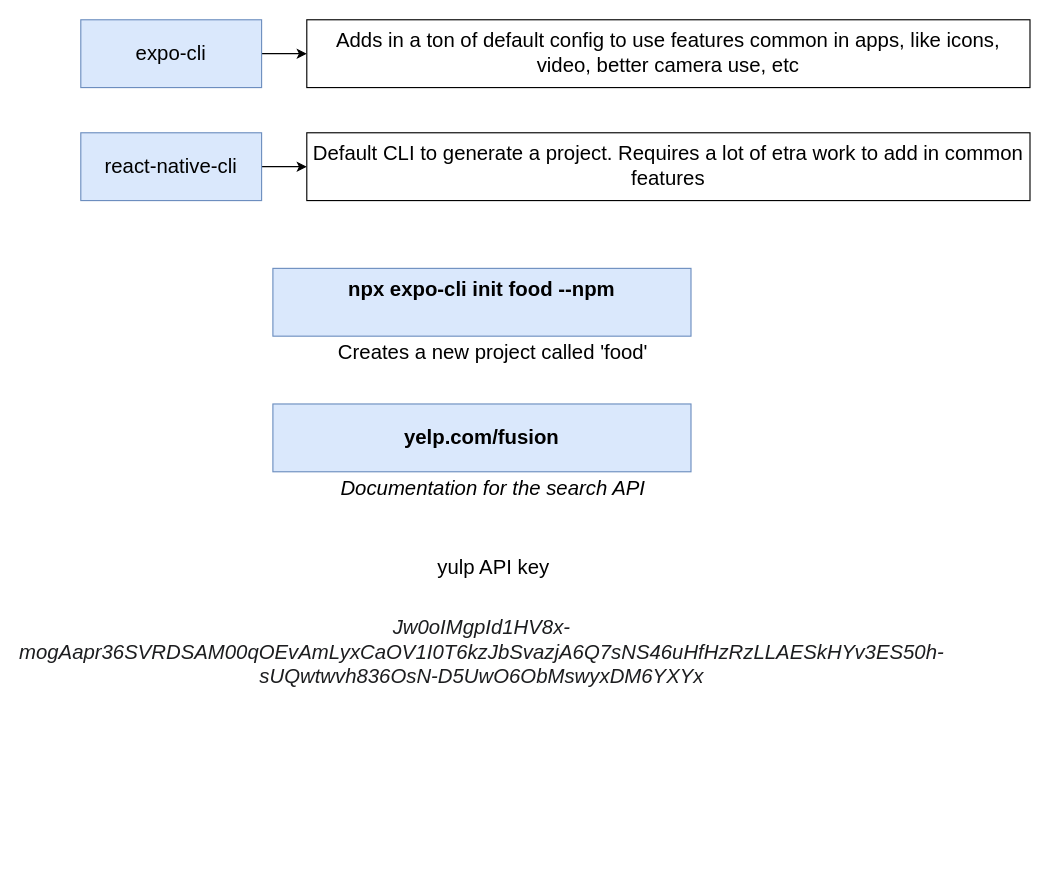
Above: page "App Generation ways" (1 of 4) of selfMadeDiagrams/_85_RestaurantApp.drawio in devrath-rana23/theCompleteReactNativeAndReduxUdemyCourse (draw.io), before the change. Source tidied: cells renumbered, new cells numbered last; positions are measured from the earlier drawing's top-left corner, leaving out a move shared by most shapes. Both pictures are drawn from the tidied source at 113%, with x=0, y=0 at pixel (80, 19).
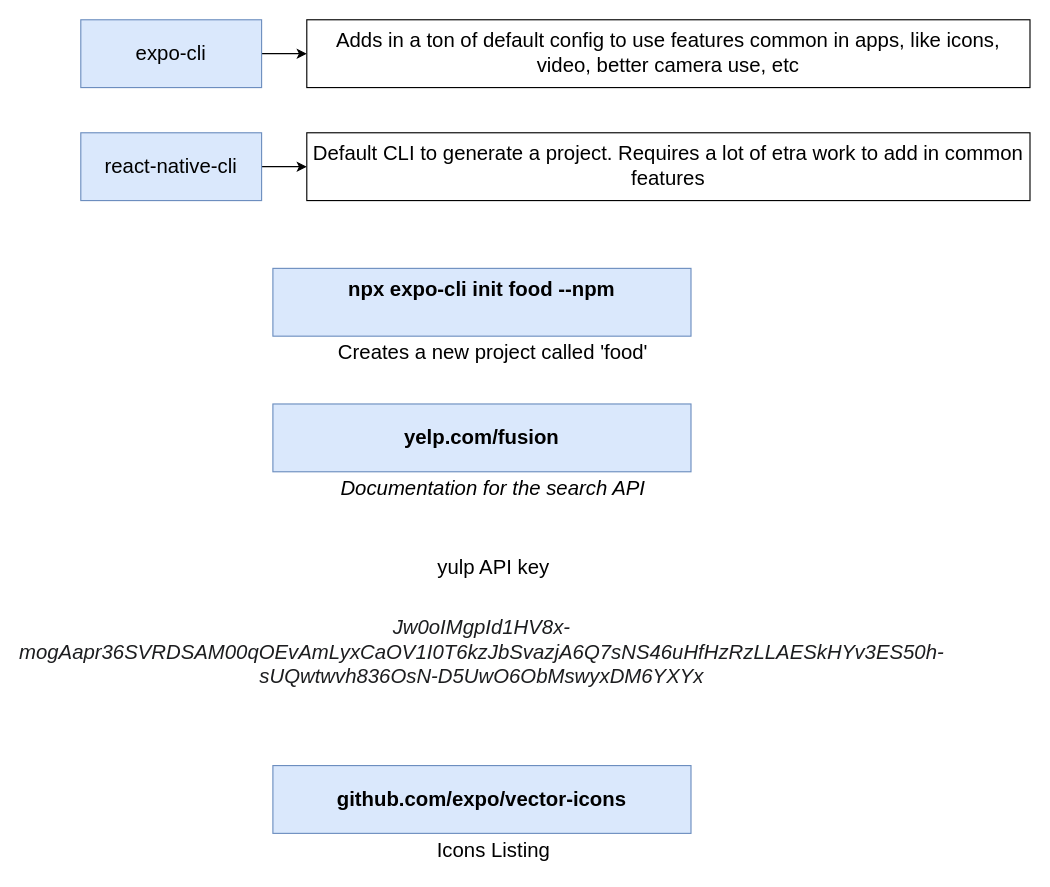
After the change.

Commit message:
Restaurant search=> food project setup and search bar component

Diff of the diagram source:
```diff
@@
 <mxGraphModel>
   <root>
     <mxCell id="0" />
     <mxCell id="1" parent="0" />
     <mxCell id="2" style="edgeStyle=orthogonalEdgeStyle;rounded=0;jettySize=auto;html=1;fontSize=18;" parent="1" edge="1" source="3" target="6">
       <mxGeometry relative="1" as="geometry" />
     </mxCell>
     <mxCell id="3" value="&lt;font style=&quot;font-size: 18px&quot;&gt;expo-cli&lt;/font&gt;" style="rounded=0;whiteSpace=wrap;html=1;fillColor=#dae8fc;strokeColor=#6c8ebf;" parent="1" vertex="1">
       <mxGeometry width="160" height="60" as="geometry" />
     </mxCell>
     <mxCell id="4" style="edgeStyle=orthogonalEdgeStyle;rounded=0;jettySize=auto;html=1;fontSize=18;" parent="1" edge="1" source="5" target="7">
       <mxGeometry relative="1" as="geometry" />
     </mxCell>
     <mxCell id="5" value="&lt;font style=&quot;font-size: 18px&quot;&gt;react-native-cli&lt;/font&gt;" style="rounded=0;whiteSpace=wrap;html=1;fillColor=#dae8fc;strokeColor=#6c8ebf;" parent="1" vertex="1">
       <mxGeometry y="100" width="160" height="60" as="geometry" />
     </mxCell>
     <mxCell id="6" value="&lt;font style=&quot;font-size: 18px&quot;&gt;Adds in a ton of default config to use features common in apps, like icons, video, better camera use, etc&lt;/font&gt;" style="rounded=0;whiteSpace=wrap;html=1;" parent="1" vertex="1">
       <mxGeometry x="200" width="640" height="60" as="geometry" />
     </mxCell>
     <mxCell id="7" value="&lt;span style=&quot;font-size: 18px&quot;&gt;Default CLI to generate a project. Requires a lot of etra work to add in common features&lt;/span&gt;" style="rounded=0;whiteSpace=wrap;html=1;" parent="1" vertex="1">
       <mxGeometry x="200" y="100" width="640" height="60" as="geometry" />
     </mxCell>
     <mxCell id="8" value="&lt;div&gt;&lt;b&gt;npx expo-cli init food --npm&lt;/b&gt;&lt;/div&gt;&lt;div&gt;&lt;br&gt;&lt;/div&gt;" style="rounded=0;whiteSpace=wrap;html=1;fontSize=18;fillColor=#dae8fc;strokeColor=#6c8ebf;" parent="1" vertex="1">
       <mxGeometry x="170" y="220" width="370" height="60" as="geometry" />
     </mxCell>
     <mxCell id="9" value="Creates a new project called 'food'" style="text;html=1;strokeColor=none;fillColor=none;align=center;verticalAlign=middle;whiteSpace=wrap;rounded=0;fontSize=18;" parent="1" vertex="1">
       <mxGeometry x="210" y="280" width="310" height="30" as="geometry" />
     </mxCell>
     <mxCell id="10" value="&lt;div&gt;&lt;b&gt;yelp.com/fusion&lt;/b&gt;&lt;/div&gt;" style="rounded=0;whiteSpace=wrap;html=1;fontSize=18;fillColor=#dae8fc;strokeColor=#6c8ebf;" parent="1" vertex="1">
       <mxGeometry x="170" y="340" width="370" height="60" as="geometry" />
     </mxCell>
     <mxCell id="11" value="&lt;i&gt;Documentation for the search API&lt;/i&gt;" style="text;html=1;strokeColor=none;fillColor=none;align=center;verticalAlign=middle;whiteSpace=wrap;rounded=0;fontSize=18;" parent="1" vertex="1">
       <mxGeometry x="210" y="400" width="310" height="30" as="geometry" />
     </mxCell>
     <mxCell id="12" value="&lt;em style=&quot;box-sizing: border-box ; margin: 0px ; padding: 0px ; color: rgb(28 , 29 , 31) ; font-family: &amp;#34;sf pro text&amp;#34; , , &amp;#34;blinkmacsystemfont&amp;#34; , &amp;#34;roboto&amp;#34; , &amp;#34;segoe ui&amp;#34; , &amp;#34;helvetica&amp;#34; , &amp;#34;arial&amp;#34; , sans-serif , &amp;#34;apple color emoji&amp;#34; , &amp;#34;segoe ui emoji&amp;#34; , &amp;#34;segoe ui symbol&amp;#34; ; background-color: rgb(255 , 255 , 255)&quot;&gt;Jw0oIMgpId1HV8x-mogAapr36SVRDSAM00qOEvAmLyxCaOV1I0T6kzJbSvazjA6Q7sNS46uHfHzRzLLAESkHYv3ES50h-sUQwtwvh836OsN-D5UwO6ObMswyxDM6YXYx&lt;/em&gt;" style="text;html=1;strokeColor=none;fillColor=none;align=center;verticalAlign=middle;whiteSpace=wrap;rounded=0;fontSize=18;" parent="1" vertex="1">
       <mxGeometry x="165" y="500" width="380" height="120" as="geometry" />
     </mxCell>
     <mxCell id="13" value="yulp API key" style="text;html=1;strokeColor=none;fillColor=none;align=center;verticalAlign=middle;whiteSpace=wrap;rounded=0;fontSize=18;" parent="1" vertex="1">
       <mxGeometry x="292.5" y="470" width="145" height="30" as="geometry" />
     </mxCell>
+    <mxCell id="14" value="&lt;div&gt;&lt;b&gt;github.com/expo/vector-icons&lt;/b&gt;&lt;/div&gt;" style="rounded=0;whiteSpace=wrap;html=1;fontSize=18;fillColor=#dae8fc;strokeColor=#6c8ebf;" parent="1" vertex="1">
+      <mxGeometry x="170" y="660" width="370" height="60" as="geometry" />
+    </mxCell>
+    <mxCell id="15" value="Icons Listing" style="text;html=1;strokeColor=none;fillColor=none;align=center;verticalAlign=middle;whiteSpace=wrap;rounded=0;fontSize=18;" parent="1" vertex="1">
+      <mxGeometry x="292.5" y="720" width="145" height="30" as="geometry" />
+    </mxCell>
   </root>
 </mxGraphModel>
```
